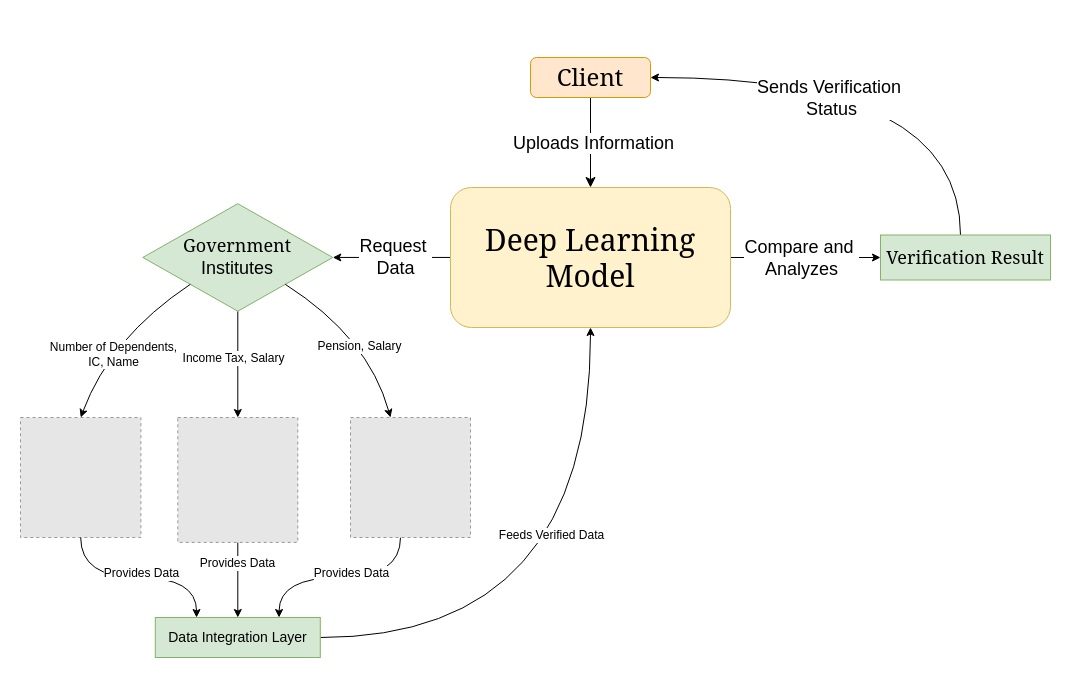
Above: Integration and support/DeepLearningModel.drawio in zhengyu89/Myhackathon (draw.io), before the change. Source tidied: cells renumbered, new cells numbered last; positions are measured from the earlier drawing's top-left corner, leaving out a move shared by most shapes. Both pictures are drawn from the tidied source at 100%, with x=0, y=0 at pixel (20, 57). Pictures stored in the file or linked from it are replaced by grey dashed boxes.
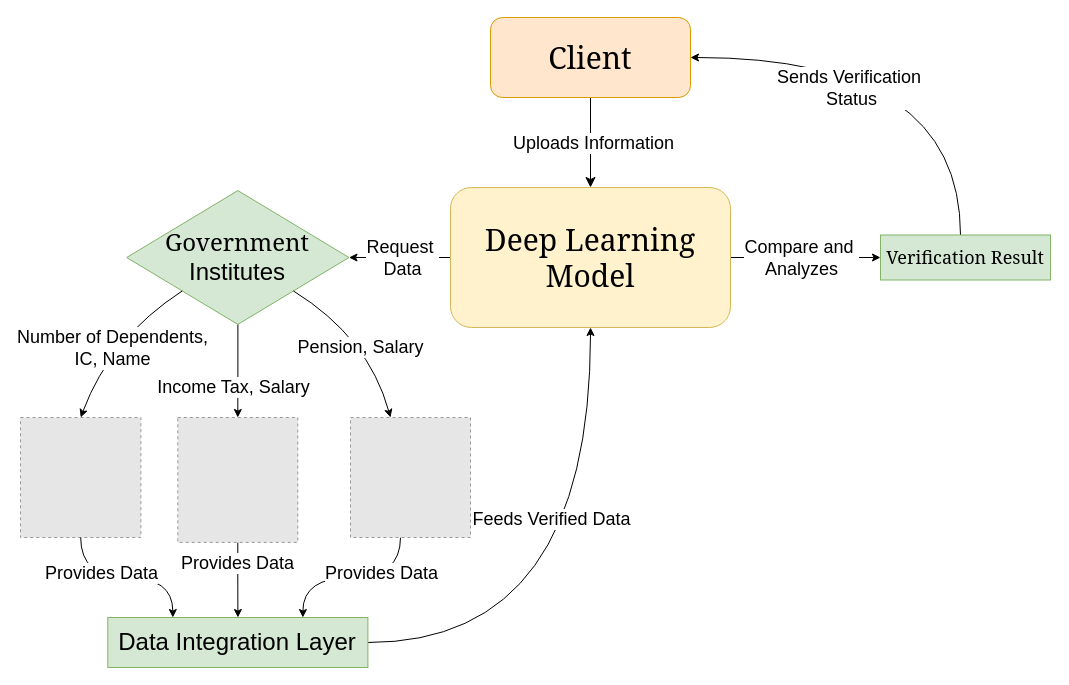
After the change.

Unchanged cells that the change refers to:
```xml
<mxCell id="12" value="&lt;font face=&quot;Georgia&quot; style=&quot;font-size: 18px;&quot;&gt;Verification Result&lt;/font&gt;" style="rounded=0;whiteSpace=wrap;html=1;fillColor=#d5e8d4;strokeColor=#82b366;" parent="1" vertex="1">
  <mxGeometry x="860" y="177.5" width="170" height="45" as="geometry" />
</mxCell>
<mxCell id="13" style="edgeStyle=orthogonalEdgeStyle;rounded=0;jettySize=auto;html=1;entryX=0.5;entryY=0;entryDx=0;entryDy=0;" parent="1" edge="1" source="15" target="18">
  <mxGeometry relative="1" as="geometry" />
</mxCell>
<mxCell id="16" style="edgeStyle=orthogonalEdgeStyle;rounded=0;jettySize=auto;html=1;" parent="1" edge="1" source="18" target="28">
  <mxGeometry relative="1" as="geometry" />
</mxCell>
<mxCell id="20" style="endArrow=classic;html=1;rounded=0;exitX=0;exitY=1;exitDx=0;exitDy=0;entryX=0.5;entryY=0;entryDx=0;entryDy=0;curved=1;" parent="1" edge="1" source="15" target="19">
  <mxGeometry relative="1" as="geometry">
    <Array as="points">
      <mxPoint x="90" y="280" />
    </Array>
  </mxGeometry>
</mxCell>
<mxCell id="24" style="endArrow=classic;html=1;rounded=0;exitX=1;exitY=1;exitDx=0;exitDy=0;entryX=0.5;entryY=0;entryDx=0;entryDy=0;curved=1;" parent="1" edge="1" source="15">
  <mxGeometry relative="1" as="geometry">
    <mxPoint x="370" y="360" as="targetPoint" />
    <Array as="points">
      <mxPoint x="348" y="280" />
    </Array>
  </mxGeometry>
</mxCell>
<mxCell id="26" style="edgeStyle=orthogonalEdgeStyle;rounded=0;jettySize=auto;html=1;curved=1;jumpStyle=none;strokeColor=default;" parent="1" edge="1" source="28" target="9">
  <mxGeometry relative="1" as="geometry" />
</mxCell>
```

What changed in the source:
```diff
@@
-    <mxCell id="4" value="&lt;font face=&quot;Georgia&quot; style=&quot;font-size: 24px;&quot;&gt;Client&lt;/font&gt;" style="rounded=1;whiteSpace=wrap;html=1;fontSize=12;glass=0;strokeWidth=1;shadow=0;fillColor=#ffe6cc;strokeColor=#d79b00;" parent="1" vertex="1">
-      <mxGeometry x="510" width="120" height="40" as="geometry" />
+    <mxCell id="4" value="&lt;font face=&quot;Georgia&quot; style=&quot;font-size: 30px;&quot;&gt;Client&lt;/font&gt;" style="rounded=1;whiteSpace=wrap;html=1;fontSize=12;glass=0;strokeWidth=1;shadow=0;fillColor=#ffe6cc;strokeColor=#d79b00;" parent="1" vertex="1">
+      <mxGeometry x="470" y="-40" width="200" height="80" as="geometry" />
     </mxCell>
@@
     <mxCell id="10" style="edgeStyle=orthogonalEdgeStyle;rounded=0;jettySize=auto;html=1;entryX=1;entryY=0.5;entryDx=0;entryDy=0;strokeColor=default;curved=1;" parent="1" edge="1" source="12" target="4">
       <mxGeometry relative="1" as="geometry">
         <Array as="points">
-          <mxPoint x="940" y="20" />
+          <mxPoint x="940" />
         </Array>
       </mxGeometry>
     </mxCell>
     <mxCell id="11" value="&lt;font style=&quot;font-size: 18px;&quot;&gt;Sends Verification&amp;nbsp;&lt;/font&gt;&lt;div&gt;&lt;font style=&quot;font-size: 18px;&quot;&gt;Status&lt;/font&gt;&lt;/div&gt;" style="edgeLabel;html=1;align=center;verticalAlign=middle;" parent="10" vertex="1">
       <mxGeometry x="0.29" relative="1" as="geometry">
-        <mxPoint x="15" y="20" as="offset" />
+        <mxPoint x="2" y="30" as="offset" />
       </mxGeometry>
     </mxCell>
@@
-    <mxCell id="14" value="&lt;font style=&quot;font-size: 12px;&quot;&gt;Income Tax, Salary&lt;/font&gt;" style="edgeLabel;html=1;align=center;verticalAlign=middle;" parent="13" vertex="1">
+    <mxCell id="14" value="&lt;font style=&quot;font-size: 18px;&quot;&gt;Income Tax, Salary&lt;/font&gt;" style="edgeLabel;html=1;align=center;verticalAlign=middle;" parent="13" vertex="1">
       <mxGeometry x="-0.12" y="3" relative="1" as="geometry">
-        <mxPoint x="-8" as="offset" />
+        <mxPoint x="-8" y="22" as="offset" />
       </mxGeometry>
     </mxCell>
-    <mxCell id="15" value="&lt;font style=&quot;font-size: 18px;&quot;&gt;&lt;font face=&quot;Georgia&quot; style=&quot;&quot;&gt;&amp;nbsp;Government&amp;nbsp;&lt;/font&gt;&lt;/font&gt;&lt;div&gt;&lt;font style=&quot;font-size: 18px;&quot;&gt;&lt;span style=&quot;font-family: mJZTYrfme4xluoQKJ7Zg; background-color: initial;&quot;&gt;Institutes&lt;/span&gt;&lt;/font&gt;&lt;/div&gt;" style="rhombus;whiteSpace=wrap;html=1;fillColor=#d5e8d4;strokeColor=#82b366;" parent="1" vertex="1">
-      <mxGeometry x="122.3" y="146.2" width="190" height="107.5" as="geometry" />
+    <mxCell id="15" value="&lt;font style=&quot;font-size: 24px;&quot;&gt;&lt;font style=&quot;&quot;&gt;&lt;font face=&quot;Georgia&quot; style=&quot;&quot;&gt;&amp;nbsp;Government&amp;nbsp;&lt;/font&gt;&lt;/font&gt;&lt;/font&gt;&lt;div&gt;&lt;font style=&quot;font-size: 24px;&quot;&gt;&lt;span style=&quot;background-color: initial; font-family: mJZTYrfme4xluoQKJ7Zg;&quot;&gt;Institutes&lt;/span&gt;&lt;/font&gt;&lt;/div&gt;" style="rhombus;whiteSpace=wrap;html=1;fillColor=#d5e8d4;strokeColor=#82b366;" parent="1" vertex="1">
+      <mxGeometry x="106.2" y="133.1" width="222.3" height="133.8" as="geometry" />
     </mxCell>
@@
-    <mxCell id="17" value="&lt;font style=&quot;font-size: 12px;&quot;&gt;Provides Data&lt;/font&gt;" style="edgeLabel;html=1;align=center;verticalAlign=middle;" parent="16" vertex="1">
+    <mxCell id="17" value="&lt;font style=&quot;font-size: 18px;&quot;&gt;Provides Data&lt;/font&gt;" style="edgeLabel;html=1;align=center;verticalAlign=middle;" parent="16" vertex="1">
       <mxGeometry x="-0.44" y="-1" relative="1" as="geometry" />
     </mxCell>
@@
-    <mxCell id="21" value="&lt;font style=&quot;font-size: 12px;&quot;&gt;Number of Dependents,&lt;br&gt;IC, Name&lt;/font&gt;" style="edgeLabel;html=1;align=center;verticalAlign=middle;" parent="20" vertex="1">
-      <mxGeometry x="0.21" y="8" relative="1" as="geometry" />
+    <mxCell id="21" value="&lt;font style=&quot;font-size: 18px;&quot;&gt;Number of Dependents,&lt;br&gt;IC, Name&lt;/font&gt;" style="edgeLabel;html=1;align=center;verticalAlign=middle;" parent="20" vertex="1">
+      <mxGeometry x="0.21" y="8" relative="1" as="geometry">
+        <mxPoint y="-9" as="offset" />
+      </mxGeometry>
     </mxCell>
@@
-    <mxCell id="25" value="&lt;font style=&quot;font-size: 12px;&quot;&gt;Pension, Salary&lt;/font&gt;" style="edgeLabel;html=1;align=center;verticalAlign=middle;" parent="24" vertex="1">
+    <mxCell id="25" value="&lt;font style=&quot;font-size: 18px;&quot;&gt;Pension, Salary&lt;/font&gt;" style="edgeLabel;html=1;align=center;verticalAlign=middle;" parent="24" vertex="1">
       <mxGeometry x="0.21" y="8" relative="1" as="geometry">
-        <mxPoint x="-20" as="offset" />
+        <mxPoint x="-20" y="-3" as="offset" />
       </mxGeometry>
     </mxCell>
@@
-    <mxCell id="27" value="&lt;font style=&quot;font-size: 12px;&quot;&gt;Feeds Verified Data&lt;/font&gt;" style="edgeLabel;html=1;align=center;verticalAlign=middle;" parent="26" vertex="1">
+    <mxCell id="27" value="&lt;font style=&quot;font-size: 18px;&quot;&gt;Feeds Verified Data&lt;/font&gt;" style="edgeLabel;html=1;align=center;verticalAlign=middle;" parent="26" vertex="1">
       <mxGeometry x="0.27" y="34" relative="1" as="geometry">
         <mxPoint x="-6" y="-5" as="offset" />
       </mxGeometry>
     </mxCell>
-    <mxCell id="28" value="&lt;font style=&quot;font-size: 14px;&quot;&gt;Data Integration Layer&lt;/font&gt;" style="rounded=0;whiteSpace=wrap;html=1;fillColor=#d5e8d4;strokeColor=#82b366;" parent="1" vertex="1">
-      <mxGeometry x="134.8" y="560" width="165" height="40" as="geometry" />
+    <mxCell id="28" value="&lt;font style=&quot;font-size: 24px;&quot;&gt;Data Integration Layer&lt;/font&gt;" style="rounded=0;whiteSpace=wrap;html=1;fillColor=#d5e8d4;strokeColor=#82b366;" parent="1" vertex="1">
+      <mxGeometry x="87.3" y="560" width="260.1" height="50" as="geometry" />
     </mxCell>
@@
-    <mxCell id="30" value="&lt;font style=&quot;font-size: 12px;&quot;&gt;Provides Data&lt;/font&gt;" style="edgeLabel;html=1;align=center;verticalAlign=middle;" parent="1" vertex="1">
-      <mxGeometry x="330" y="515.7" as="geometry" />
+    <mxCell id="30" value="&lt;font style=&quot;font-size: 18px;&quot;&gt;Provides Data&lt;/font&gt;" style="edgeLabel;html=1;align=center;verticalAlign=middle;" parent="1" vertex="1">
+      <mxGeometry x="360" y="515.7" as="geometry" />
     </mxCell>
-    <mxCell id="31" value="&lt;font style=&quot;font-size: 12px;&quot;&gt;Provides Data&lt;/font&gt;" style="edgeLabel;html=1;align=center;verticalAlign=middle;" parent="1" vertex="1">
-      <mxGeometry x="120.4" y="515.7" as="geometry" />
+    <mxCell id="31" value="&lt;font style=&quot;font-size: 18px;&quot;&gt;Provides Data&lt;/font&gt;" style="edgeLabel;html=1;align=center;verticalAlign=middle;" parent="1" vertex="1">
+      <mxGeometry x="80" y="515.7" as="geometry" />
     </mxCell>
```
